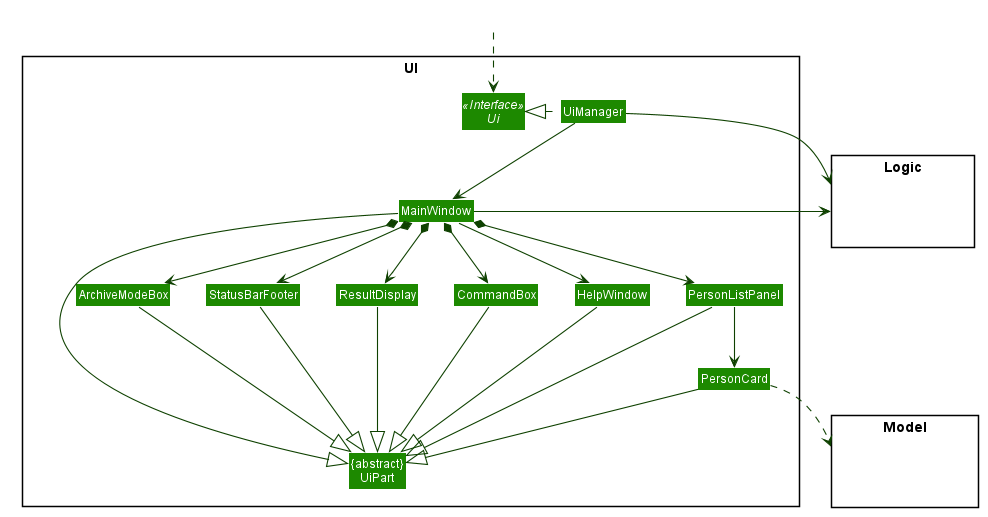
Earlier version of the PlantUML export docs/images/UiClassDiagram.png (nus-cs2103-AY2021S1/tp).
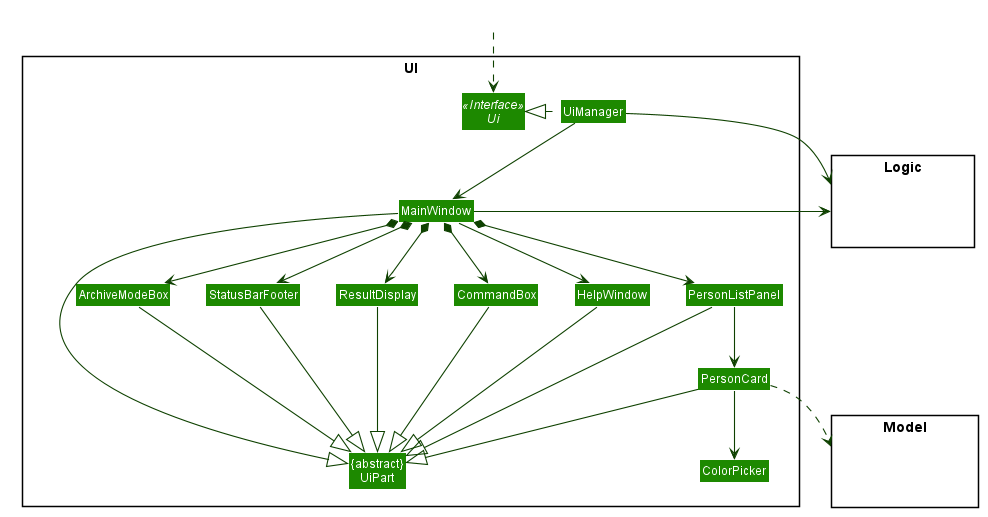
After the change.

Change to the diagram source:
```diff
@@ -63,6 +63,7 @@
 Class StatusBarFooter
 Class CommandBox
 Class ArchiveModeBox
+Class ColorPicker
 }
 
 package Model <<Rectangle>> {
@@ -87,6 +88,8 @@
 
 PersonListPanel -down-> PersonCard
 
+PersonCard -down-> ColorPicker
+
 MainWindow -left-|> UiPart
 
 ResultDisplay --|> UiPart
```
